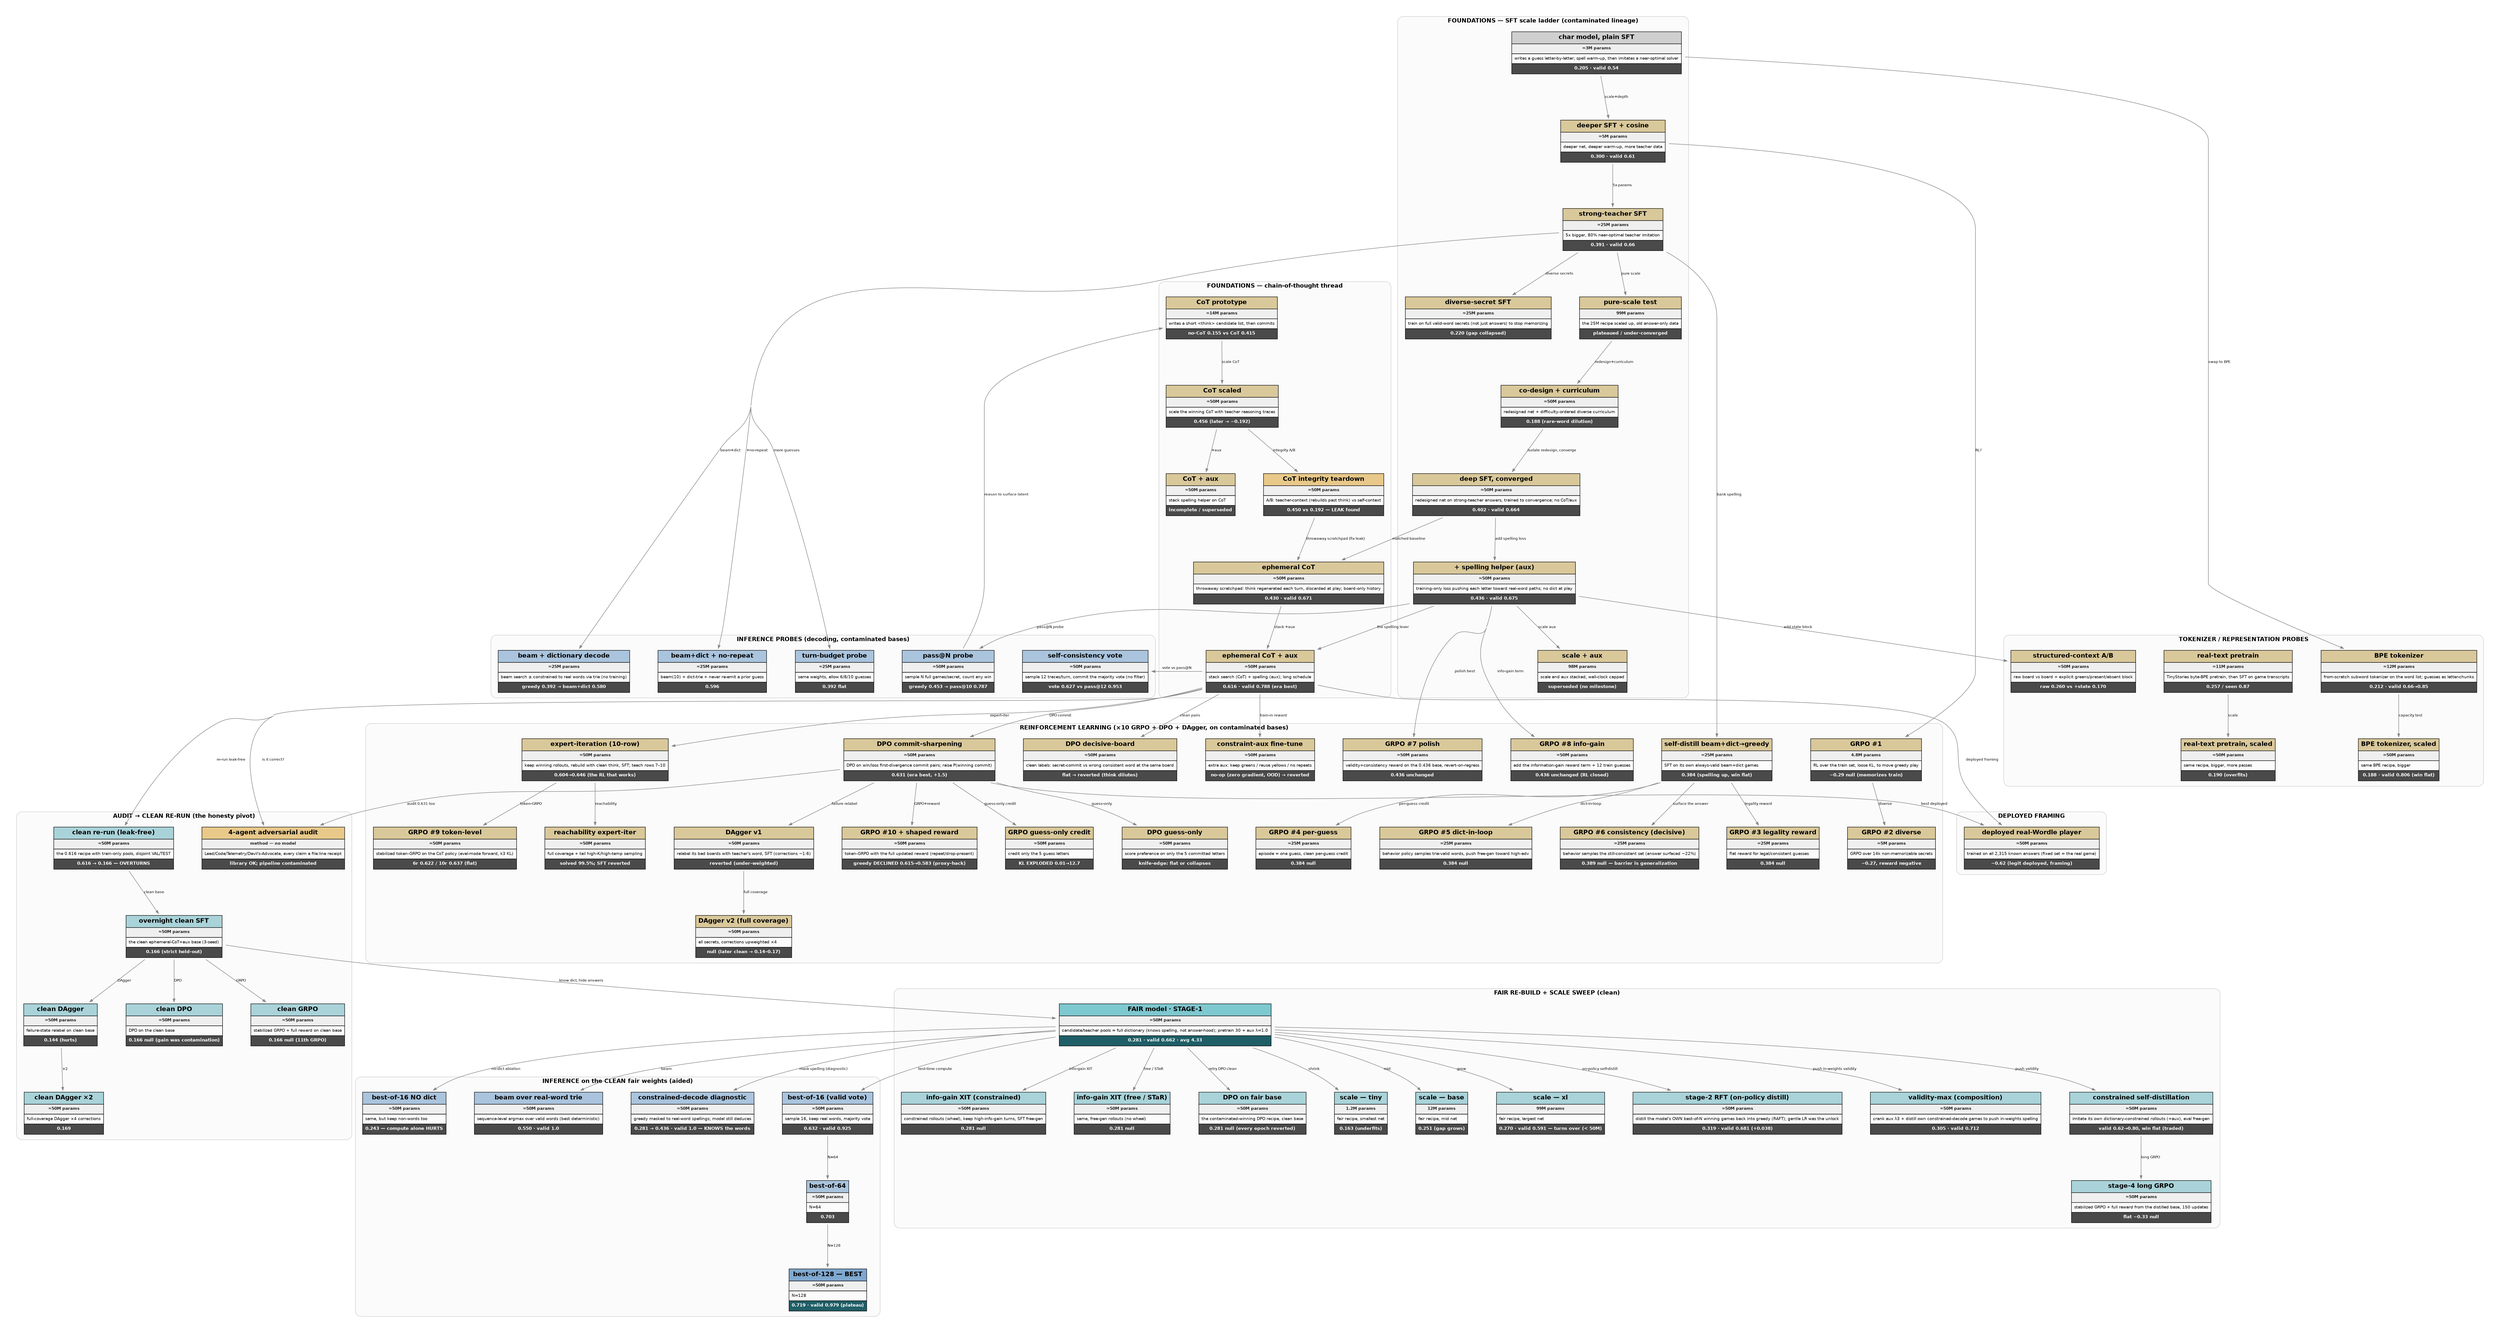
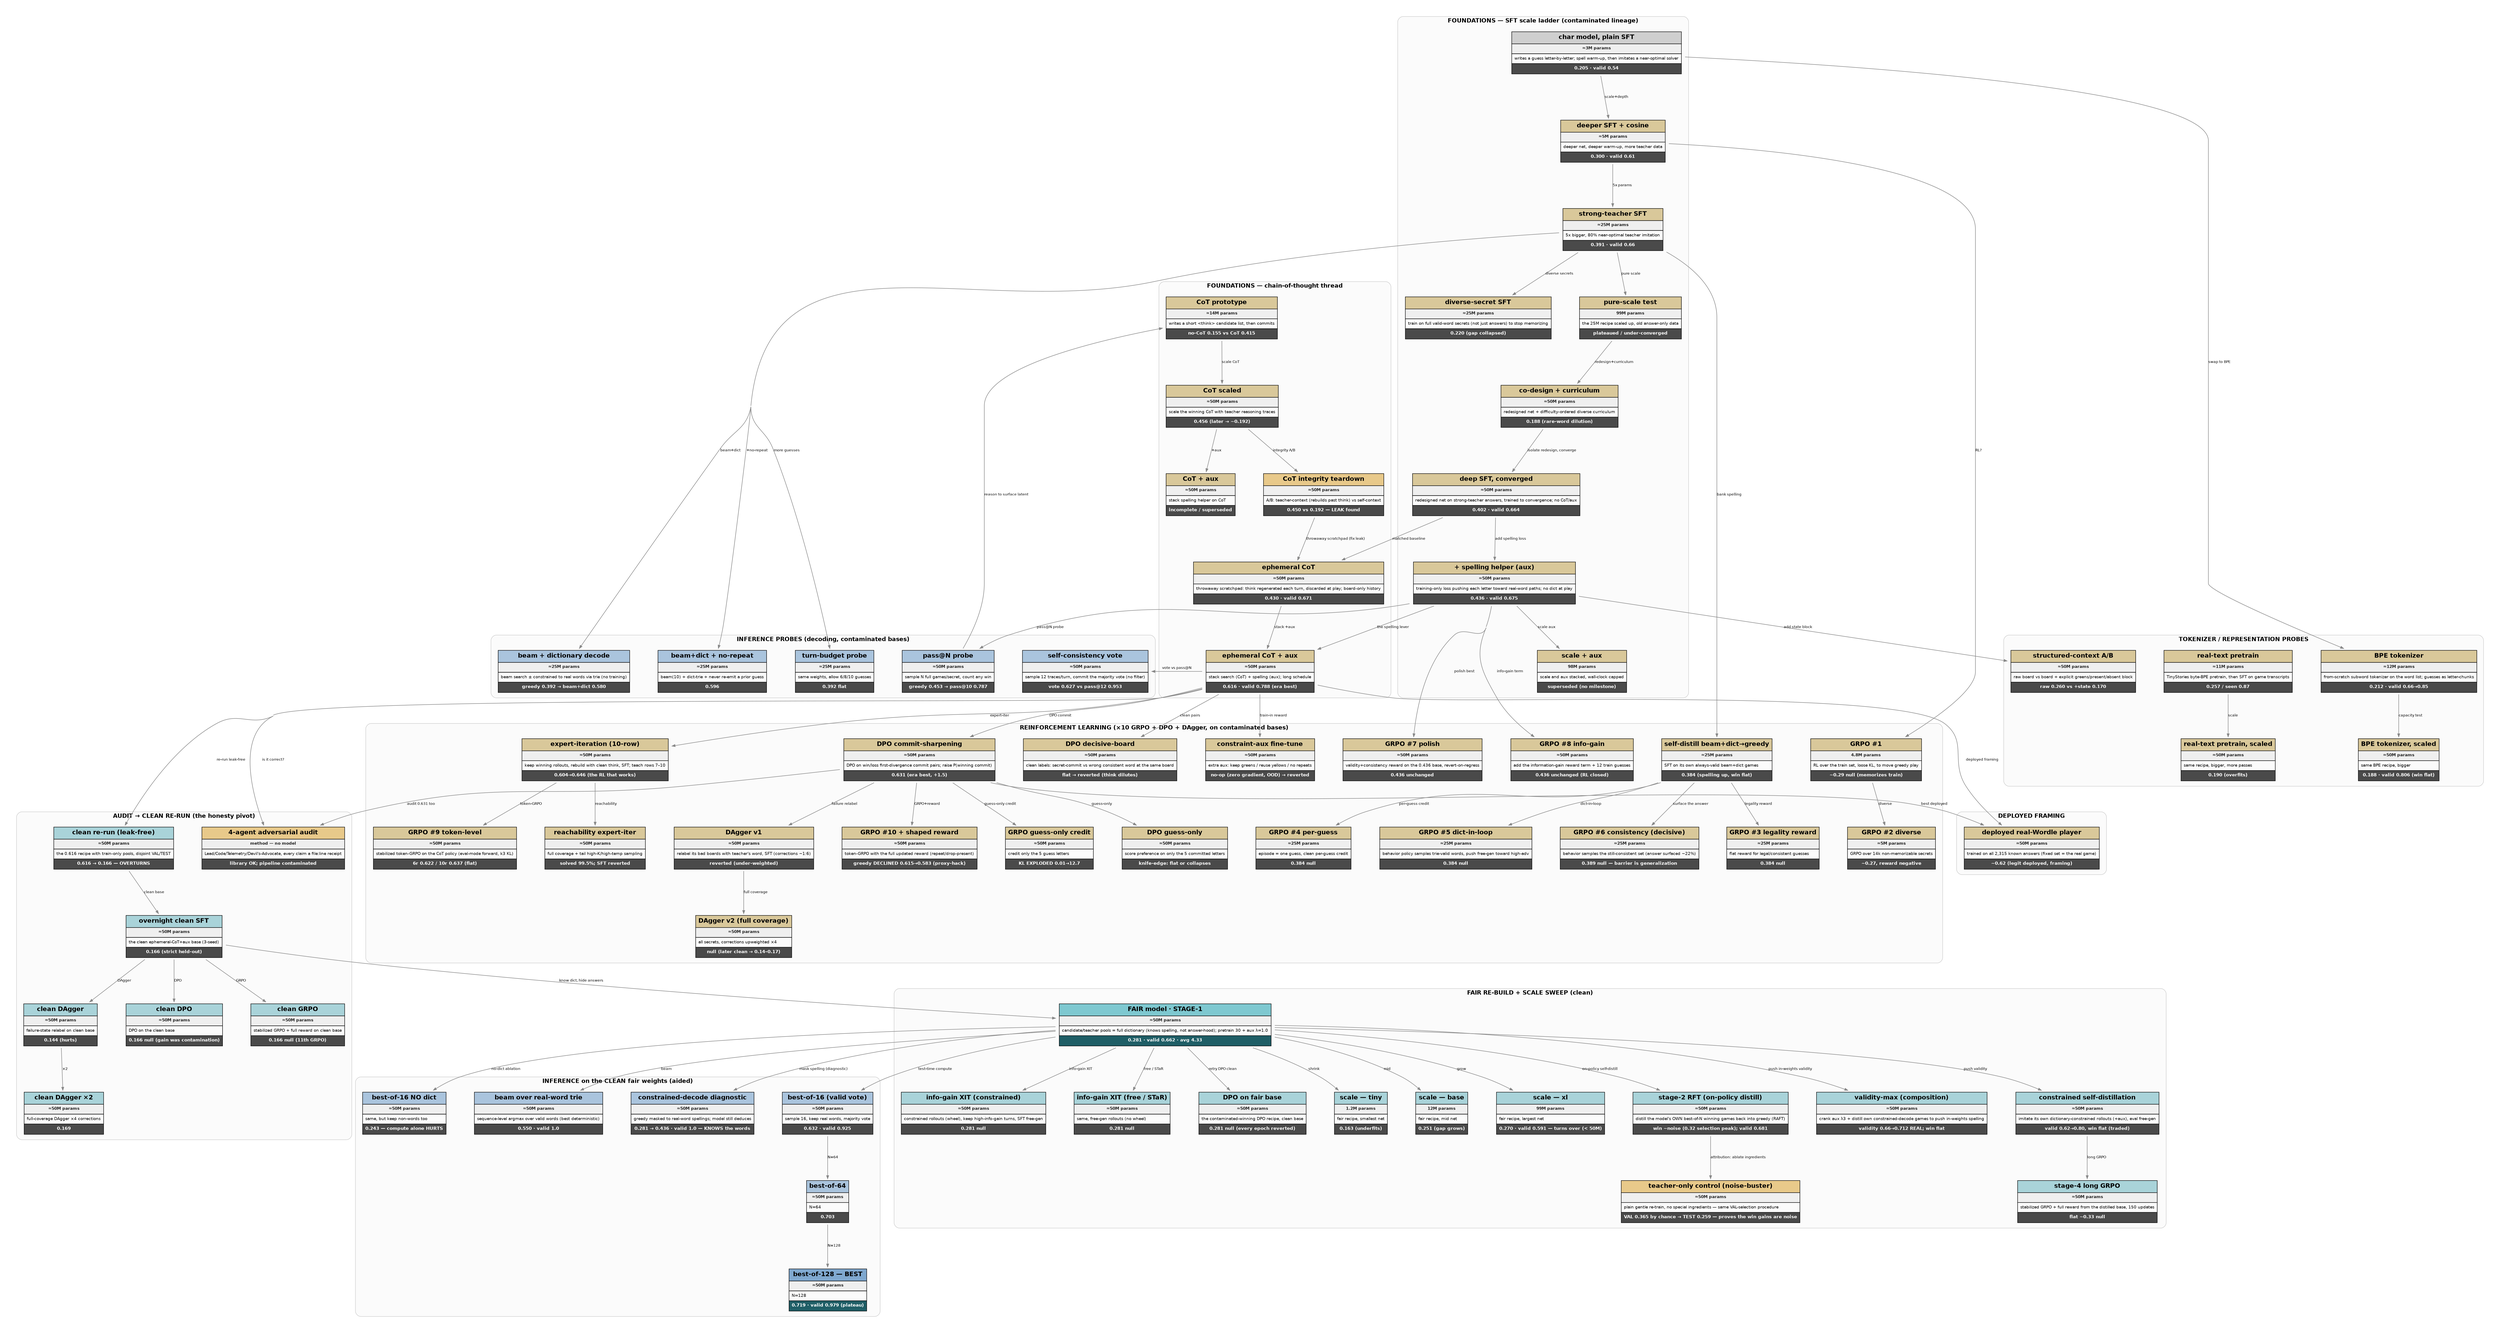
digraph experiments {
  rankdir=TB; bgcolor="white";
  graph [fontname="Helvetica", ranksep=1.2, nodesep=0.65, fontsize=13, concentrate=true, splines=spline, pad=0.4];
  node [shape=plaintext, fontname="Helvetica"];
  edge [fontname="Helvetica", fontsize=8, color="#888888", penwidth=1.1, arrowsize=0.7];
  subgraph cluster_found { label=<<B>FOUNDATIONS — SFT scale ladder (contaminated lineage)</B>>; fontsize=13; color="#cccccc"; style="rounded"; bgcolor="#fbfbfb";
    sft_3m [label=<<TABLE BORDER="0" CELLBORDER="1" CELLSPACING="0" CELLPADDING="5"><TR><TD BGCOLOR="#cfcfcf"><B>char model, plain SFT</B></TD></TR><TR><TD BGCOLOR="#efefef"><FONT POINT-SIZE="9" COLOR="#222222"><B>≈3M params</B></FONT></TD></TR><TR><TD ALIGN="LEFT"><FONT POINT-SIZE="9">writes a guess letter-by-letter; spell warm-up, then imitates a near-optimal solver</FONT></TD></TR><TR><TD BGCOLOR="#4a4a4a"><FONT COLOR="white" POINT-SIZE="10"><B>0.205 · valid 0.54</B></FONT></TD></TR></TABLE>>];
    sft_5m [label=<<TABLE BORDER="0" CELLBORDER="1" CELLSPACING="0" CELLPADDING="5"><TR><TD BGCOLOR="#d9c89a"><B>deeper SFT + cosine</B></TD></TR><TR><TD BGCOLOR="#efefef"><FONT POINT-SIZE="9" COLOR="#222222"><B>≈5M params</B></FONT></TD></TR><TR><TD ALIGN="LEFT"><FONT POINT-SIZE="9">deeper net, deeper warm-up, more teacher data</FONT></TD></TR><TR><TD BGCOLOR="#4a4a4a"><FONT COLOR="white" POINT-SIZE="10"><B>0.300 · valid 0.61</B></FONT></TD></TR></TABLE>>];
    sft_25m [label=<<TABLE BORDER="0" CELLBORDER="1" CELLSPACING="0" CELLPADDING="5"><TR><TD BGCOLOR="#d9c89a"><B>strong-teacher SFT</B></TD></TR><TR><TD BGCOLOR="#efefef"><FONT POINT-SIZE="9" COLOR="#222222"><B>≈25M params</B></FONT></TD></TR><TR><TD ALIGN="LEFT"><FONT POINT-SIZE="9">5x bigger, 80% near-optimal teacher imitation</FONT></TD></TR><TR><TD BGCOLOR="#4a4a4a"><FONT COLOR="white" POINT-SIZE="10"><B>0.391 · valid 0.66</B></FONT></TD></TR></TABLE>>];
    sft_25m_div [label=<<TABLE BORDER="0" CELLBORDER="1" CELLSPACING="0" CELLPADDING="5"><TR><TD BGCOLOR="#d9c89a"><B>diverse-secret SFT</B></TD></TR><TR><TD BGCOLOR="#efefef"><FONT POINT-SIZE="9" COLOR="#222222"><B>≈25M params</B></FONT></TD></TR><TR><TD ALIGN="LEFT"><FONT POINT-SIZE="9">train on full valid-word secrets (not just answers) to stop memorizing</FONT></TD></TR><TR><TD BGCOLOR="#4a4a4a"><FONT COLOR="white" POINT-SIZE="10"><B>0.220 (gap collapsed)</B></FONT></TD></TR></TABLE>>];
    scale_99m [label=<<TABLE BORDER="0" CELLBORDER="1" CELLSPACING="0" CELLPADDING="5"><TR><TD BGCOLOR="#d9c89a"><B>pure-scale test</B></TD></TR><TR><TD BGCOLOR="#efefef"><FONT POINT-SIZE="9" COLOR="#222222"><B>99M params</B></FONT></TD></TR><TR><TD ALIGN="LEFT"><FONT POINT-SIZE="9">the 25M recipe scaled up, old answer-only data</FONT></TD></TR><TR><TD BGCOLOR="#4a4a4a"><FONT COLOR="white" POINT-SIZE="10"><B>plateaued / under-converged</B></FONT></TD></TR></TABLE>>];
    codesign_50m [label=<<TABLE BORDER="0" CELLBORDER="1" CELLSPACING="0" CELLPADDING="5"><TR><TD BGCOLOR="#d9c89a"><B>co-design + curriculum</B></TD></TR><TR><TD BGCOLOR="#efefef"><FONT POINT-SIZE="9" COLOR="#222222"><B>≈50M params</B></FONT></TD></TR><TR><TD ALIGN="LEFT"><FONT POINT-SIZE="9">redesigned net + difficulty-ordered diverse curriculum</FONT></TD></TR><TR><TD BGCOLOR="#4a4a4a"><FONT COLOR="white" POINT-SIZE="10"><B>0.188 (rare-word dilution)</B></FONT></TD></TR></TABLE>>];
    sft_deep [label=<<TABLE BORDER="0" CELLBORDER="1" CELLSPACING="0" CELLPADDING="5"><TR><TD BGCOLOR="#d9c89a"><B>deep SFT, converged</B></TD></TR><TR><TD BGCOLOR="#efefef"><FONT POINT-SIZE="9" COLOR="#222222"><B>≈50M params</B></FONT></TD></TR><TR><TD ALIGN="LEFT"><FONT POINT-SIZE="9">redesigned net on strong-teacher answers, trained to convergence; no CoT/aux</FONT></TD></TR><TR><TD BGCOLOR="#4a4a4a"><FONT COLOR="white" POINT-SIZE="10"><B>0.402 · valid 0.664</B></FONT></TD></TR></TABLE>>];
    sft_aux [label=<<TABLE BORDER="0" CELLBORDER="1" CELLSPACING="0" CELLPADDING="5"><TR><TD BGCOLOR="#d9c89a"><B>+ spelling helper (aux)</B></TD></TR><TR><TD BGCOLOR="#efefef"><FONT POINT-SIZE="9" COLOR="#222222"><B>≈50M params</B></FONT></TD></TR><TR><TD ALIGN="LEFT"><FONT POINT-SIZE="9">training-only loss pushing each letter toward real-word paths; no dict at play</FONT></TD></TR><TR><TD BGCOLOR="#4a4a4a"><FONT COLOR="white" POINT-SIZE="10"><B>0.436 · valid 0.675</B></FONT></TD></TR></TABLE>>];
    sft_aux_xl [label=<<TABLE BORDER="0" CELLBORDER="1" CELLSPACING="0" CELLPADDING="5"><TR><TD BGCOLOR="#d9c89a"><B>scale + aux</B></TD></TR><TR><TD BGCOLOR="#efefef"><FONT POINT-SIZE="9" COLOR="#222222"><B>98M params</B></FONT></TD></TR><TR><TD ALIGN="LEFT"><FONT POINT-SIZE="9">scale and aux stacked, wall-clock capped</FONT></TD></TR><TR><TD BGCOLOR="#4a4a4a"><FONT COLOR="white" POINT-SIZE="10"><B>superseded (no milestone)</B></FONT></TD></TR></TABLE>>];
  }
  subgraph cluster_cot { label=<<B>FOUNDATIONS — chain-of-thought thread</B>>; fontsize=13; color="#cccccc"; style="rounded"; bgcolor="#fbfbfb";
    cot_14m [label=<<TABLE BORDER="0" CELLBORDER="1" CELLSPACING="0" CELLPADDING="5"><TR><TD BGCOLOR="#d9c89a"><B>CoT prototype</B></TD></TR><TR><TD BGCOLOR="#efefef"><FONT POINT-SIZE="9" COLOR="#222222"><B>≈14M params</B></FONT></TD></TR><TR><TD ALIGN="LEFT"><FONT POINT-SIZE="9">writes a short &lt;think&gt; candidate list, then commits</FONT></TD></TR><TR><TD BGCOLOR="#4a4a4a"><FONT COLOR="white" POINT-SIZE="10"><B>no-CoT 0.155 vs CoT 0.415</B></FONT></TD></TR></TABLE>>];
    cot_50m [label=<<TABLE BORDER="0" CELLBORDER="1" CELLSPACING="0" CELLPADDING="5"><TR><TD BGCOLOR="#d9c89a"><B>CoT scaled</B></TD></TR><TR><TD BGCOLOR="#efefef"><FONT POINT-SIZE="9" COLOR="#222222"><B>≈50M params</B></FONT></TD></TR><TR><TD ALIGN="LEFT"><FONT POINT-SIZE="9">scale the winning CoT with teacher reasoning traces</FONT></TD></TR><TR><TD BGCOLOR="#4a4a4a"><FONT COLOR="white" POINT-SIZE="10"><B>0.456 (later → ~0.192)</B></FONT></TD></TR></TABLE>>];
    cot_50m_aux [label=<<TABLE BORDER="0" CELLBORDER="1" CELLSPACING="0" CELLPADDING="5"><TR><TD BGCOLOR="#d9c89a"><B>CoT + aux</B></TD></TR><TR><TD BGCOLOR="#efefef"><FONT POINT-SIZE="9" COLOR="#222222"><B>≈50M params</B></FONT></TD></TR><TR><TD ALIGN="LEFT"><FONT POINT-SIZE="9">stack spelling helper on CoT</FONT></TD></TR><TR><TD BGCOLOR="#4a4a4a"><FONT COLOR="white" POINT-SIZE="10"><B>incomplete / superseded</B></FONT></TD></TR></TABLE>>];
    cot_show [label=<<TABLE BORDER="0" CELLBORDER="1" CELLSPACING="0" CELLPADDING="5"><TR><TD BGCOLOR="#e8c98a"><B>CoT integrity teardown</B></TD></TR><TR><TD BGCOLOR="#efefef"><FONT POINT-SIZE="9" COLOR="#222222"><B>≈50M params</B></FONT></TD></TR><TR><TD ALIGN="LEFT"><FONT POINT-SIZE="9">A/B: teacher-context (rebuilds past think) vs self-context</FONT></TD></TR><TR><TD BGCOLOR="#4a4a4a"><FONT COLOR="white" POINT-SIZE="10"><B>0.450 vs 0.192 — LEAK found</B></FONT></TD></TR></TABLE>>];
    cot_eph [label=<<TABLE BORDER="0" CELLBORDER="1" CELLSPACING="0" CELLPADDING="5"><TR><TD BGCOLOR="#d9c89a"><B>ephemeral CoT</B></TD></TR><TR><TD BGCOLOR="#efefef"><FONT POINT-SIZE="9" COLOR="#222222"><B>≈50M params</B></FONT></TD></TR><TR><TD ALIGN="LEFT"><FONT POINT-SIZE="9">throwaway scratchpad: think regenerated each turn, discarded at play; board-only history</FONT></TD></TR><TR><TD BGCOLOR="#4a4a4a"><FONT COLOR="white" POINT-SIZE="10"><B>0.430 · valid 0.671</B></FONT></TD></TR></TABLE>>];
    cot_eph_aux [label=<<TABLE BORDER="0" CELLBORDER="1" CELLSPACING="0" CELLPADDING="5"><TR><TD BGCOLOR="#d9c89a"><B>ephemeral CoT + aux</B></TD></TR><TR><TD BGCOLOR="#efefef"><FONT POINT-SIZE="9" COLOR="#222222"><B>≈50M params</B></FONT></TD></TR><TR><TD ALIGN="LEFT"><FONT POINT-SIZE="9">stack search (CoT) + spelling (aux); long schedule</FONT></TD></TR><TR><TD BGCOLOR="#4a4a4a"><FONT COLOR="white" POINT-SIZE="10"><B>0.616 · valid 0.788 (era best)</B></FONT></TD></TR></TABLE>>];
  }
  subgraph cluster_val { label=<<B>TOKENIZER / REPRESENTATION PROBES</B>>; fontsize=13; color="#cccccc"; style="rounded"; bgcolor="#fbfbfb";
    bpe_12m [label=<<TABLE BORDER="0" CELLBORDER="1" CELLSPACING="0" CELLPADDING="5"><TR><TD BGCOLOR="#d9c89a"><B>BPE tokenizer</B></TD></TR><TR><TD BGCOLOR="#efefef"><FONT POINT-SIZE="9" COLOR="#222222"><B>≈12M params</B></FONT></TD></TR><TR><TD ALIGN="LEFT"><FONT POINT-SIZE="9">from-scratch subword tokenizer on the word list; guesses as letter-chunks</FONT></TD></TR><TR><TD BGCOLOR="#4a4a4a"><FONT COLOR="white" POINT-SIZE="10"><B>0.212 · valid 0.66→0.85</B></FONT></TD></TR></TABLE>>];
    bpe_50m [label=<<TABLE BORDER="0" CELLBORDER="1" CELLSPACING="0" CELLPADDING="5"><TR><TD BGCOLOR="#d9c89a"><B>BPE tokenizer, scaled</B></TD></TR><TR><TD BGCOLOR="#efefef"><FONT POINT-SIZE="9" COLOR="#222222"><B>≈50M params</B></FONT></TD></TR><TR><TD ALIGN="LEFT"><FONT POINT-SIZE="9">same BPE recipe, bigger</FONT></TD></TR><TR><TD BGCOLOR="#4a4a4a"><FONT COLOR="white" POINT-SIZE="10"><B>0.188 · valid 0.806 (win flat)</B></FONT></TD></TR></TABLE>>];
    oreo_11m [label=<<TABLE BORDER="0" CELLBORDER="1" CELLSPACING="0" CELLPADDING="5"><TR><TD BGCOLOR="#d9c89a"><B>real-text pretrain</B></TD></TR><TR><TD BGCOLOR="#efefef"><FONT POINT-SIZE="9" COLOR="#222222"><B>≈11M params</B></FONT></TD></TR><TR><TD ALIGN="LEFT"><FONT POINT-SIZE="9">TinyStories byte-BPE pretrain, then SFT on game transcripts</FONT></TD></TR><TR><TD BGCOLOR="#4a4a4a"><FONT COLOR="white" POINT-SIZE="10"><B>0.257 / seen 0.87</B></FONT></TD></TR></TABLE>>];
    oreo_50m [label=<<TABLE BORDER="0" CELLBORDER="1" CELLSPACING="0" CELLPADDING="5"><TR><TD BGCOLOR="#d9c89a"><B>real-text pretrain, scaled</B></TD></TR><TR><TD BGCOLOR="#efefef"><FONT POINT-SIZE="9" COLOR="#222222"><B>≈50M params</B></FONT></TD></TR><TR><TD ALIGN="LEFT"><FONT POINT-SIZE="9">same recipe, bigger, more passes</FONT></TD></TR><TR><TD BGCOLOR="#4a4a4a"><FONT COLOR="white" POINT-SIZE="10"><B>0.190 (overfits)</B></FONT></TD></TR></TABLE>>];
    structured_ctx [label=<<TABLE BORDER="0" CELLBORDER="1" CELLSPACING="0" CELLPADDING="5"><TR><TD BGCOLOR="#d9c89a"><B>structured-context A/B</B></TD></TR><TR><TD BGCOLOR="#efefef"><FONT POINT-SIZE="9" COLOR="#222222"><B>≈50M params</B></FONT></TD></TR><TR><TD ALIGN="LEFT"><FONT POINT-SIZE="9">raw board vs board + explicit greens/present/absent block</FONT></TD></TR><TR><TD BGCOLOR="#4a4a4a"><FONT COLOR="white" POINT-SIZE="10"><B>raw 0.260 vs +state 0.170</B></FONT></TD></TR></TABLE>>];
  }
  subgraph cluster_rl { label=<<B>REINFORCEMENT LEARNING (×10 GRPO + DPO + DAgger, on contaminated bases)</B>>; fontsize=13; color="#cccccc"; style="rounded"; bgcolor="#fbfbfb";
    grpo_5m [label=<<TABLE BORDER="0" CELLBORDER="1" CELLSPACING="0" CELLPADDING="5"><TR><TD BGCOLOR="#d9c89a"><B>GRPO #1</B></TD></TR><TR><TD BGCOLOR="#efefef"><FONT POINT-SIZE="9" COLOR="#222222"><B>4.8M params</B></FONT></TD></TR><TR><TD ALIGN="LEFT"><FONT POINT-SIZE="9">RL over the train set, loose KL, to move greedy play</FONT></TD></TR><TR><TD BGCOLOR="#4a4a4a"><FONT COLOR="white" POINT-SIZE="10"><B>~0.29 null (memorizes train)</B></FONT></TD></TR></TABLE>>];
    grpo_5m_div [label=<<TABLE BORDER="0" CELLBORDER="1" CELLSPACING="0" CELLPADDING="5"><TR><TD BGCOLOR="#d9c89a"><B>GRPO #2 diverse</B></TD></TR><TR><TD BGCOLOR="#efefef"><FONT POINT-SIZE="9" COLOR="#222222"><B>≈5M params</B></FONT></TD></TR><TR><TD ALIGN="LEFT"><FONT POINT-SIZE="9">GRPO over 14k non-memorizable secrets</FONT></TD></TR><TR><TD BGCOLOR="#4a4a4a"><FONT COLOR="white" POINT-SIZE="10"><B>~0.27, reward negative</B></FONT></TD></TR></TABLE>>];
    self_distill_25m [label=<<TABLE BORDER="0" CELLBORDER="1" CELLSPACING="0" CELLPADDING="5"><TR><TD BGCOLOR="#d9c89a"><B>self-distill beam+dict→greedy</B></TD></TR><TR><TD BGCOLOR="#efefef"><FONT POINT-SIZE="9" COLOR="#222222"><B>≈25M params</B></FONT></TD></TR><TR><TD ALIGN="LEFT"><FONT POINT-SIZE="9">SFT on its own always-valid beam+dict games</FONT></TD></TR><TR><TD BGCOLOR="#4a4a4a"><FONT COLOR="white" POINT-SIZE="10"><B>0.384 (spelling up, win flat)</B></FONT></TD></TR></TABLE>>];
    rl_consistency [label=<<TABLE BORDER="0" CELLBORDER="1" CELLSPACING="0" CELLPADDING="5"><TR><TD BGCOLOR="#d9c89a"><B>GRPO #3 legality reward</B></TD></TR><TR><TD BGCOLOR="#efefef"><FONT POINT-SIZE="9" COLOR="#222222"><B>≈25M params</B></FONT></TD></TR><TR><TD ALIGN="LEFT"><FONT POINT-SIZE="9">flat reward for legal/consistent guesses</FONT></TD></TR><TR><TD BGCOLOR="#4a4a4a"><FONT COLOR="white" POINT-SIZE="10"><B>0.384 null</B></FONT></TD></TR></TABLE>>];
    rl_perguess [label=<<TABLE BORDER="0" CELLBORDER="1" CELLSPACING="0" CELLPADDING="5"><TR><TD BGCOLOR="#d9c89a"><B>GRPO #4 per-guess</B></TD></TR><TR><TD BGCOLOR="#efefef"><FONT POINT-SIZE="9" COLOR="#222222"><B>≈25M params</B></FONT></TD></TR><TR><TD ALIGN="LEFT"><FONT POINT-SIZE="9">episode = one guess, clean per-guess credit</FONT></TD></TR><TR><TD BGCOLOR="#4a4a4a"><FONT COLOR="white" POINT-SIZE="10"><B>0.384 null</B></FONT></TD></TR></TABLE>>];
    rl_dict [label=<<TABLE BORDER="0" CELLBORDER="1" CELLSPACING="0" CELLPADDING="5"><TR><TD BGCOLOR="#d9c89a"><B>GRPO #5 dict-in-loop</B></TD></TR><TR><TD BGCOLOR="#efefef"><FONT POINT-SIZE="9" COLOR="#222222"><B>≈25M params</B></FONT></TD></TR><TR><TD ALIGN="LEFT"><FONT POINT-SIZE="9">behavior policy samples trie-valid words, push free-gen toward high-adv</FONT></TD></TR><TR><TD BGCOLOR="#4a4a4a"><FONT COLOR="white" POINT-SIZE="10"><B>0.384 null</B></FONT></TD></TR></TABLE>>];
    rl_constrained [label=<<TABLE BORDER="0" CELLBORDER="1" CELLSPACING="0" CELLPADDING="5"><TR><TD BGCOLOR="#d9c89a"><B>GRPO #6 consistency (decisive)</B></TD></TR><TR><TD BGCOLOR="#efefef"><FONT POINT-SIZE="9" COLOR="#222222"><B>≈25M params</B></FONT></TD></TR><TR><TD ALIGN="LEFT"><FONT POINT-SIZE="9">behavior samples the still-consistent set (answer surfaced ~22%)</FONT></TD></TR><TR><TD BGCOLOR="#4a4a4a"><FONT COLOR="white" POINT-SIZE="10"><B>0.389 null — barrier is generalization</B></FONT></TD></TR></TABLE>>];
    rl_polish [label=<<TABLE BORDER="0" CELLBORDER="1" CELLSPACING="0" CELLPADDING="5"><TR><TD BGCOLOR="#d9c89a"><B>GRPO #7 polish</B></TD></TR><TR><TD BGCOLOR="#efefef"><FONT POINT-SIZE="9" COLOR="#222222"><B>≈50M params</B></FONT></TD></TR><TR><TD ALIGN="LEFT"><FONT POINT-SIZE="9">validity+consistency reward on the 0.436 base, revert-on-regress</FONT></TD></TR><TR><TD BGCOLOR="#4a4a4a"><FONT COLOR="white" POINT-SIZE="10"><B>0.436 unchanged</B></FONT></TD></TR></TABLE>>];
    rl_infogain [label=<<TABLE BORDER="0" CELLBORDER="1" CELLSPACING="0" CELLPADDING="5"><TR><TD BGCOLOR="#d9c89a"><B>GRPO #8 info-gain</B></TD></TR><TR><TD BGCOLOR="#efefef"><FONT POINT-SIZE="9" COLOR="#222222"><B>≈50M params</B></FONT></TD></TR><TR><TD ALIGN="LEFT"><FONT POINT-SIZE="9">add the information-gain reward term + 12 train guesses</FONT></TD></TR><TR><TD BGCOLOR="#4a4a4a"><FONT COLOR="white" POINT-SIZE="10"><B>0.436 unchanged (RL closed)</B></FONT></TD></TR></TABLE>>];
    rl_expert_10row [label=<<TABLE BORDER="0" CELLBORDER="1" CELLSPACING="0" CELLPADDING="5"><TR><TD BGCOLOR="#d9c89a"><B>expert-iteration (10-row)</B></TD></TR><TR><TD BGCOLOR="#efefef"><FONT POINT-SIZE="9" COLOR="#222222"><B>≈50M params</B></FONT></TD></TR><TR><TD ALIGN="LEFT"><FONT POINT-SIZE="9">keep winning rollouts, rebuild with clean think, SFT; teach rows 7–10</FONT></TD></TR><TR><TD BGCOLOR="#4a4a4a"><FONT COLOR="white" POINT-SIZE="10"><B>0.604→0.646 (the RL that works)</B></FONT></TD></TR></TABLE>>];
    rl_expert_tail [label=<<TABLE BORDER="0" CELLBORDER="1" CELLSPACING="0" CELLPADDING="5"><TR><TD BGCOLOR="#d9c89a"><B>reachability expert-iter</B></TD></TR><TR><TD BGCOLOR="#efefef"><FONT POINT-SIZE="9" COLOR="#222222"><B>≈50M params</B></FONT></TD></TR><TR><TD ALIGN="LEFT"><FONT POINT-SIZE="9">full coverage + tail high-K/high-temp sampling</FONT></TD></TR><TR><TD BGCOLOR="#4a4a4a"><FONT COLOR="white" POINT-SIZE="10"><B>solved 99.5%; SFT reverted</B></FONT></TD></TR></TABLE>>];
    rl_grpo_polish [label=<<TABLE BORDER="0" CELLBORDER="1" CELLSPACING="0" CELLPADDING="5"><TR><TD BGCOLOR="#d9c89a"><B>GRPO #9 token-level</B></TD></TR><TR><TD BGCOLOR="#efefef"><FONT POINT-SIZE="9" COLOR="#222222"><B>≈50M params</B></FONT></TD></TR><TR><TD ALIGN="LEFT"><FONT POINT-SIZE="9">stabilized token-GRPO on the CoT policy (eval-mode forward, k3 KL)</FONT></TD></TR><TR><TD BGCOLOR="#4a4a4a"><FONT COLOR="white" POINT-SIZE="10"><B>6r 0.622 / 10r 0.637 (flat)</B></FONT></TD></TR></TABLE>>];
    dpo_commit [label=<<TABLE BORDER="0" CELLBORDER="1" CELLSPACING="0" CELLPADDING="5"><TR><TD BGCOLOR="#d9c89a"><B>DPO commit-sharpening</B></TD></TR><TR><TD BGCOLOR="#efefef"><FONT POINT-SIZE="9" COLOR="#222222"><B>≈50M params</B></FONT></TD></TR><TR><TD ALIGN="LEFT"><FONT POINT-SIZE="9">DPO on win/loss first-divergence commit pairs; raise P(winning commit)</FONT></TD></TR><TR><TD BGCOLOR="#4a4a4a"><FONT COLOR="white" POINT-SIZE="10"><B>0.631 (era best, +1.5)</B></FONT></TD></TR></TABLE>>];
    dpo_decisive [label=<<TABLE BORDER="0" CELLBORDER="1" CELLSPACING="0" CELLPADDING="5"><TR><TD BGCOLOR="#d9c89a"><B>DPO decisive-board</B></TD></TR><TR><TD BGCOLOR="#efefef"><FONT POINT-SIZE="9" COLOR="#222222"><B>≈50M params</B></FONT></TD></TR><TR><TD ALIGN="LEFT"><FONT POINT-SIZE="9">clean labels: secret-commit vs wrong consistent word at the same board</FONT></TD></TR><TR><TD BGCOLOR="#4a4a4a"><FONT COLOR="white" POINT-SIZE="10"><B>flat → reverted (think dilutes)</B></FONT></TD></TR></TABLE>>];
    dpo_guessonly [label=<<TABLE BORDER="0" CELLBORDER="1" CELLSPACING="0" CELLPADDING="5"><TR><TD BGCOLOR="#d9c89a"><B>DPO guess-only</B></TD></TR><TR><TD BGCOLOR="#efefef"><FONT POINT-SIZE="9" COLOR="#222222"><B>≈50M params</B></FONT></TD></TR><TR><TD ALIGN="LEFT"><FONT POINT-SIZE="9">score preference on only the 5 committed letters</FONT></TD></TR><TR><TD BGCOLOR="#4a4a4a"><FONT COLOR="white" POINT-SIZE="10"><B>knife-edge: flat or collapses</B></FONT></TD></TR></TABLE>>];
    constraint_aux [label=<<TABLE BORDER="0" CELLBORDER="1" CELLSPACING="0" CELLPADDING="5"><TR><TD BGCOLOR="#d9c89a"><B>constraint-aux fine-tune</B></TD></TR><TR><TD BGCOLOR="#efefef"><FONT POINT-SIZE="9" COLOR="#222222"><B>≈50M params</B></FONT></TD></TR><TR><TD ALIGN="LEFT"><FONT POINT-SIZE="9">extra aux: keep greens / reuse yellows / no repeats</FONT></TD></TR><TR><TD BGCOLOR="#4a4a4a"><FONT COLOR="white" POINT-SIZE="10"><B>no-op (zero gradient, OOD) → reverted</B></FONT></TD></TR></TABLE>>];
    dagger_v1 [label=<<TABLE BORDER="0" CELLBORDER="1" CELLSPACING="0" CELLPADDING="5"><TR><TD BGCOLOR="#d9c89a"><B>DAgger v1</B></TD></TR><TR><TD BGCOLOR="#efefef"><FONT POINT-SIZE="9" COLOR="#222222"><B>≈50M params</B></FONT></TD></TR><TR><TD ALIGN="LEFT"><FONT POINT-SIZE="9">relabel its bad boards with teacher's word, SFT (corrections ~1:6)</FONT></TD></TR><TR><TD BGCOLOR="#4a4a4a"><FONT COLOR="white" POINT-SIZE="10"><B>reverted (under-weighted)</B></FONT></TD></TR></TABLE>>];
    rl_grpo_reward [label=<<TABLE BORDER="0" CELLBORDER="1" CELLSPACING="0" CELLPADDING="5"><TR><TD BGCOLOR="#d9c89a"><B>GRPO #10 + shaped reward</B></TD></TR><TR><TD BGCOLOR="#efefef"><FONT POINT-SIZE="9" COLOR="#222222"><B>≈50M params</B></FONT></TD></TR><TR><TD ALIGN="LEFT"><FONT POINT-SIZE="9">token-GRPO with the full updated reward (repeat/drop-present)</FONT></TD></TR><TR><TD BGCOLOR="#4a4a4a"><FONT COLOR="white" POINT-SIZE="10"><B>greedy DECLINED 0.615→0.583 (proxy-hack)</B></FONT></TD></TR></TABLE>>];
    rl_grpo_guessonly [label=<<TABLE BORDER="0" CELLBORDER="1" CELLSPACING="0" CELLPADDING="5"><TR><TD BGCOLOR="#d9c89a"><B>GRPO guess-only credit</B></TD></TR><TR><TD BGCOLOR="#efefef"><FONT POINT-SIZE="9" COLOR="#222222"><B>≈50M params</B></FONT></TD></TR><TR><TD ALIGN="LEFT"><FONT POINT-SIZE="9">credit only the 5 guess letters</FONT></TD></TR><TR><TD BGCOLOR="#4a4a4a"><FONT COLOR="white" POINT-SIZE="10"><B>KL EXPLODED 0.01→12.7</B></FONT></TD></TR></TABLE>>];
    dagger_v2 [label=<<TABLE BORDER="0" CELLBORDER="1" CELLSPACING="0" CELLPADDING="5"><TR><TD BGCOLOR="#d9c89a"><B>DAgger v2 (full coverage)</B></TD></TR><TR><TD BGCOLOR="#efefef"><FONT POINT-SIZE="9" COLOR="#222222"><B>≈50M params</B></FONT></TD></TR><TR><TD ALIGN="LEFT"><FONT POINT-SIZE="9">all secrets, corrections upweighted ×4</FONT></TD></TR><TR><TD BGCOLOR="#4a4a4a"><FONT COLOR="white" POINT-SIZE="10"><B>null (later clean → 0.14–0.17)</B></FONT></TD></TR></TABLE>>];
  }
  subgraph cluster_audit { label=<<B>AUDIT → CLEAN RE-RUN (the honesty pivot)</B>>; fontsize=13; color="#cccccc"; style="rounded"; bgcolor="#fbfbfb";
    audit [label=<<TABLE BORDER="0" CELLBORDER="1" CELLSPACING="0" CELLPADDING="5"><TR><TD BGCOLOR="#e8c98a"><B>4-agent adversarial audit</B></TD></TR><TR><TD BGCOLOR="#efefef"><FONT POINT-SIZE="9" COLOR="#222222"><B>method — no model</B></FONT></TD></TR><TR><TD ALIGN="LEFT"><FONT POINT-SIZE="9">Lead/Code/Telemetry/Devil's-Advocate, every claim a file:line receipt</FONT></TD></TR><TR><TD BGCOLOR="#4a4a4a"><FONT COLOR="white" POINT-SIZE="10"><B>library OK; pipeline contaminated</B></FONT></TD></TR></TABLE>>];
    clean_rerun [label=<<TABLE BORDER="0" CELLBORDER="1" CELLSPACING="0" CELLPADDING="5"><TR><TD BGCOLOR="#a9d3d9"><B>clean re-run (leak-free)</B></TD></TR><TR><TD BGCOLOR="#efefef"><FONT POINT-SIZE="9" COLOR="#222222"><B>≈50M params</B></FONT></TD></TR><TR><TD ALIGN="LEFT"><FONT POINT-SIZE="9">the 0.616 recipe with train-only pools, disjoint VAL/TEST</FONT></TD></TR><TR><TD BGCOLOR="#4a4a4a"><FONT COLOR="white" POINT-SIZE="10"><B>0.616 → 0.166 — OVERTURNS</B></FONT></TD></TR></TABLE>>];
    overnight_clean_sft [label=<<TABLE BORDER="0" CELLBORDER="1" CELLSPACING="0" CELLPADDING="5"><TR><TD BGCOLOR="#a9d3d9"><B>overnight clean SFT</B></TD></TR><TR><TD BGCOLOR="#efefef"><FONT POINT-SIZE="9" COLOR="#222222"><B>≈50M params</B></FONT></TD></TR><TR><TD ALIGN="LEFT"><FONT POINT-SIZE="9">the clean ephemeral-CoT+aux base (3-seed)</FONT></TD></TR><TR><TD BGCOLOR="#4a4a4a"><FONT COLOR="white" POINT-SIZE="10"><B>0.166 (strict held-out)</B></FONT></TD></TR></TABLE>>];
    overnight_clean_dpo [label=<<TABLE BORDER="0" CELLBORDER="1" CELLSPACING="0" CELLPADDING="5"><TR><TD BGCOLOR="#a9d3d9"><B>clean DPO</B></TD></TR><TR><TD BGCOLOR="#efefef"><FONT POINT-SIZE="9" COLOR="#222222"><B>≈50M params</B></FONT></TD></TR><TR><TD ALIGN="LEFT"><FONT POINT-SIZE="9">DPO on the clean base</FONT></TD></TR><TR><TD BGCOLOR="#4a4a4a"><FONT COLOR="white" POINT-SIZE="10"><B>0.166 null (gain was contamination)</B></FONT></TD></TR></TABLE>>];
    overnight_clean_grpo [label=<<TABLE BORDER="0" CELLBORDER="1" CELLSPACING="0" CELLPADDING="5"><TR><TD BGCOLOR="#a9d3d9"><B>clean GRPO</B></TD></TR><TR><TD BGCOLOR="#efefef"><FONT POINT-SIZE="9" COLOR="#222222"><B>≈50M params</B></FONT></TD></TR><TR><TD ALIGN="LEFT"><FONT POINT-SIZE="9">stabilized GRPO + full reward on clean base</FONT></TD></TR><TR><TD BGCOLOR="#4a4a4a"><FONT COLOR="white" POINT-SIZE="10"><B>0.166 null (11th GRPO)</B></FONT></TD></TR></TABLE>>];
    overnight_clean_dagger [label=<<TABLE BORDER="0" CELLBORDER="1" CELLSPACING="0" CELLPADDING="5"><TR><TD BGCOLOR="#a9d3d9"><B>clean DAgger</B></TD></TR><TR><TD BGCOLOR="#efefef"><FONT POINT-SIZE="9" COLOR="#222222"><B>≈50M params</B></FONT></TD></TR><TR><TD ALIGN="LEFT"><FONT POINT-SIZE="9">failure-state relabel on clean base</FONT></TD></TR><TR><TD BGCOLOR="#4a4a4a"><FONT COLOR="white" POINT-SIZE="10"><B>0.144 (hurts)</B></FONT></TD></TR></TABLE>>];
    overnight_clean_dagger2 [label=<<TABLE BORDER="0" CELLBORDER="1" CELLSPACING="0" CELLPADDING="5"><TR><TD BGCOLOR="#a9d3d9"><B>clean DAgger ×2</B></TD></TR><TR><TD BGCOLOR="#efefef"><FONT POINT-SIZE="9" COLOR="#222222"><B>≈50M params</B></FONT></TD></TR><TR><TD ALIGN="LEFT"><FONT POINT-SIZE="9">full-coverage DAgger ×4 corrections</FONT></TD></TR><TR><TD BGCOLOR="#4a4a4a"><FONT COLOR="white" POINT-SIZE="10"><B>0.169</B></FONT></TD></TR></TABLE>>];
  }
  subgraph cluster_scale { label=<<B>FAIR RE-BUILD + SCALE SWEEP (clean)</B>>; fontsize=13; color="#cccccc"; style="rounded"; bgcolor="#fbfbfb";
    fair_stage1 [label=<<TABLE BORDER="0" CELLBORDER="1" CELLSPACING="0" CELLPADDING="5"><TR><TD BGCOLOR="#7ec8d0"><B>FAIR model · STAGE-1</B></TD></TR><TR><TD BGCOLOR="#efefef"><FONT POINT-SIZE="9" COLOR="#222222"><B>≈50M params</B></FONT></TD></TR><TR><TD ALIGN="LEFT"><FONT POINT-SIZE="9">candidate/teacher pools = full dictionary (knows spelling, not answer-hood); pretrain 30 + aux λ=1.0</FONT></TD></TR><TR><TD BGCOLOR="#1f5e66"><FONT COLOR="white" POINT-SIZE="10"><B>0.281 · valid 0.662 · avg 4.33</B></FONT></TD></TR></TABLE>>];
    distill_constrained [label=<<TABLE BORDER="0" CELLBORDER="1" CELLSPACING="0" CELLPADDING="5"><TR><TD BGCOLOR="#a9d3d9"><B>constrained self-distillation</B></TD></TR><TR><TD BGCOLOR="#efefef"><FONT POINT-SIZE="9" COLOR="#222222"><B>≈50M params</B></FONT></TD></TR><TR><TD ALIGN="LEFT"><FONT POINT-SIZE="9">imitate its own dictionary-constrained rollouts (+aux), eval free-gen</FONT></TD></TR><TR><TD BGCOLOR="#4a4a4a"><FONT COLOR="white" POINT-SIZE="10"><B>valid 0.62→0.80, win flat (traded)</B></FONT></TD></TR></TABLE>>];
    infogain_xit_c [label=<<TABLE BORDER="0" CELLBORDER="1" CELLSPACING="0" CELLPADDING="5"><TR><TD BGCOLOR="#a9d3d9"><B>info-gain XIT (constrained)</B></TD></TR><TR><TD BGCOLOR="#efefef"><FONT POINT-SIZE="9" COLOR="#222222"><B>≈50M params</B></FONT></TD></TR><TR><TD ALIGN="LEFT"><FONT POINT-SIZE="9">constrained rollouts (wheel), keep high-info-gain turns, SFT free-gen</FONT></TD></TR><TR><TD BGCOLOR="#4a4a4a"><FONT COLOR="white" POINT-SIZE="10"><B>0.281 null</B></FONT></TD></TR></TABLE>>];
    infogain_xit_f [label=<<TABLE BORDER="0" CELLBORDER="1" CELLSPACING="0" CELLPADDING="5"><TR><TD BGCOLOR="#a9d3d9"><B>info-gain XIT (free / STaR)</B></TD></TR><TR><TD BGCOLOR="#efefef"><FONT POINT-SIZE="9" COLOR="#222222"><B>≈50M params</B></FONT></TD></TR><TR><TD ALIGN="LEFT"><FONT POINT-SIZE="9">same, free-gen rollouts (no wheel)</FONT></TD></TR><TR><TD BGCOLOR="#4a4a4a"><FONT COLOR="white" POINT-SIZE="10"><B>0.281 null</B></FONT></TD></TR></TABLE>>];
    dpo_fair [label=<<TABLE BORDER="0" CELLBORDER="1" CELLSPACING="0" CELLPADDING="5"><TR><TD BGCOLOR="#a9d3d9"><B>DPO on fair base</B></TD></TR><TR><TD BGCOLOR="#efefef"><FONT POINT-SIZE="9" COLOR="#222222"><B>≈50M params</B></FONT></TD></TR><TR><TD ALIGN="LEFT"><FONT POINT-SIZE="9">the contaminated-winning DPO recipe, clean base</FONT></TD></TR><TR><TD BGCOLOR="#4a4a4a"><FONT COLOR="white" POINT-SIZE="10"><B>0.281 null (every epoch reverted)</B></FONT></TD></TR></TABLE>>];
    grpo_full_fair [label=<<TABLE BORDER="0" CELLBORDER="1" CELLSPACING="0" CELLPADDING="5"><TR><TD BGCOLOR="#a9d3d9"><B>stage-4 long GRPO</B></TD></TR><TR><TD BGCOLOR="#efefef"><FONT POINT-SIZE="9" COLOR="#222222"><B>≈50M params</B></FONT></TD></TR><TR><TD ALIGN="LEFT"><FONT POINT-SIZE="9">stabilized GRPO + full reward from the distilled base, 150 updates</FONT></TD></TR><TR><TD BGCOLOR="#4a4a4a"><FONT COLOR="white" POINT-SIZE="10"><B>flat ~0.33 null</B></FONT></TD></TR></TABLE>>];
    scale_tiny [label=<<TABLE BORDER="0" CELLBORDER="1" CELLSPACING="0" CELLPADDING="5"><TR><TD BGCOLOR="#a9d3d9"><B>scale — tiny</B></TD></TR><TR><TD BGCOLOR="#efefef"><FONT POINT-SIZE="9" COLOR="#222222"><B>1.2M params</B></FONT></TD></TR><TR><TD ALIGN="LEFT"><FONT POINT-SIZE="9">fair recipe, smallest net</FONT></TD></TR><TR><TD BGCOLOR="#4a4a4a"><FONT COLOR="white" POINT-SIZE="10"><B>0.163 (underfits)</B></FONT></TD></TR></TABLE>>];
    scale_base [label=<<TABLE BORDER="0" CELLBORDER="1" CELLSPACING="0" CELLPADDING="5"><TR><TD BGCOLOR="#a9d3d9"><B>scale — base</B></TD></TR><TR><TD BGCOLOR="#efefef"><FONT POINT-SIZE="9" COLOR="#222222"><B>12M params</B></FONT></TD></TR><TR><TD ALIGN="LEFT"><FONT POINT-SIZE="9">fair recipe, mid net</FONT></TD></TR><TR><TD BGCOLOR="#4a4a4a"><FONT COLOR="white" POINT-SIZE="10"><B>0.251 (gap grows)</B></FONT></TD></TR></TABLE>>];
    scale_xl [label=<<TABLE BORDER="0" CELLBORDER="1" CELLSPACING="0" CELLPADDING="5"><TR><TD BGCOLOR="#a9d3d9"><B>scale — xl</B></TD></TR><TR><TD BGCOLOR="#efefef"><FONT POINT-SIZE="9" COLOR="#222222"><B>99M params</B></FONT></TD></TR><TR><TD ALIGN="LEFT"><FONT POINT-SIZE="9">fair recipe, largest net</FONT></TD></TR><TR><TD BGCOLOR="#4a4a4a"><FONT COLOR="white" POINT-SIZE="10"><B>0.270 · valid 0.591 — turns over (&lt; 50M)</B></FONT></TD></TR></TABLE>>];
-     rft_stage2 [label=<<TABLE BORDER="0" CELLBORDER="1" CELLSPACING="0" CELLPADDING="5"><TR><TD BGCOLOR="#a9d3d9"><B>stage-2 RFT (on-policy distill)</B></TD></TR><TR><TD BGCOLOR="#efefef"><FONT POINT-SIZE="9" COLOR="#222222"><B>≈50M params</B></FONT></TD></TR><TR><TD ALIGN="LEFT"><FONT POINT-SIZE="9">distill the model's OWN best-of-N winning games back into greedy (RAFT); gentle LR was the unlock</FONT></TD></TR><TR><TD BGCOLOR="#4a4a4a"><FONT COLOR="white" POINT-SIZE="10"><B>0.319 · valid 0.681 (+0.038)</B></FONT></TD></TR></TABLE>>];
-     validity_max [label=<<TABLE BORDER="0" CELLBORDER="1" CELLSPACING="0" CELLPADDING="5"><TR><TD BGCOLOR="#a9d3d9"><B>validity-max (composition)</B></TD></TR><TR><TD BGCOLOR="#efefef"><FONT POINT-SIZE="9" COLOR="#222222"><B>≈50M params</B></FONT></TD></TR><TR><TD ALIGN="LEFT"><FONT POINT-SIZE="9">crank aux λ3 + distill own constrained-decode games to push in-weights spelling</FONT></TD></TR><TR><TD BGCOLOR="#4a4a4a"><FONT COLOR="white" POINT-SIZE="10"><B>0.305 · valid 0.712</B></FONT></TD></TR></TABLE>>];
+     rft_stage2 [label=<<TABLE BORDER="0" CELLBORDER="1" CELLSPACING="0" CELLPADDING="5"><TR><TD BGCOLOR="#a9d3d9"><B>stage-2 RFT (on-policy distill)</B></TD></TR><TR><TD BGCOLOR="#efefef"><FONT POINT-SIZE="9" COLOR="#222222"><B>≈50M params</B></FONT></TD></TR><TR><TD ALIGN="LEFT"><FONT POINT-SIZE="9">distill the model's OWN best-of-N winning games back into greedy (RAFT)</FONT></TD></TR><TR><TD BGCOLOR="#4a4a4a"><FONT COLOR="white" POINT-SIZE="10"><B>win ~noise (0.32 selection peak); valid 0.681</B></FONT></TD></TR></TABLE>>];
+     validity_max [label=<<TABLE BORDER="0" CELLBORDER="1" CELLSPACING="0" CELLPADDING="5"><TR><TD BGCOLOR="#a9d3d9"><B>validity-max (composition)</B></TD></TR><TR><TD BGCOLOR="#efefef"><FONT POINT-SIZE="9" COLOR="#222222"><B>≈50M params</B></FONT></TD></TR><TR><TD ALIGN="LEFT"><FONT POINT-SIZE="9">crank aux λ3 + distill own constrained-decode games to push in-weights spelling</FONT></TD></TR><TR><TD BGCOLOR="#4a4a4a"><FONT COLOR="white" POINT-SIZE="10"><B>validity 0.66→0.712 REAL; win flat</B></FONT></TD></TR></TABLE>>];
+     control_teacher [label=<<TABLE BORDER="0" CELLBORDER="1" CELLSPACING="0" CELLPADDING="5"><TR><TD BGCOLOR="#e8c98a"><B>teacher-only control (noise-buster)</B></TD></TR><TR><TD BGCOLOR="#efefef"><FONT POINT-SIZE="9" COLOR="#222222"><B>≈50M params</B></FONT></TD></TR><TR><TD ALIGN="LEFT"><FONT POINT-SIZE="9">plain gentle re-train, no special ingredients — same VAL-selection procedure</FONT></TD></TR><TR><TD BGCOLOR="#4a4a4a"><FONT COLOR="white" POINT-SIZE="10"><B>VAL 0.365 by chance → TEST 0.259 — proves the win gains are noise</B></FONT></TD></TR></TABLE>>];
  }
  subgraph cluster_inf { label=<<B>INFERENCE PROBES (decoding, contaminated bases)</B>>; fontsize=13; color="#cccccc"; style="rounded"; bgcolor="#fbfbfb";
    beam_dict [label=<<TABLE BORDER="0" CELLBORDER="1" CELLSPACING="0" CELLPADDING="5"><TR><TD BGCOLOR="#aac4dd"><B>beam + dictionary decode</B></TD></TR><TR><TD BGCOLOR="#efefef"><FONT POINT-SIZE="9" COLOR="#222222"><B>≈25M params</B></FONT></TD></TR><TR><TD ALIGN="LEFT"><FONT POINT-SIZE="9">beam search ± constrained to real words via trie (no training)</FONT></TD></TR><TR><TD BGCOLOR="#4a4a4a"><FONT COLOR="white" POINT-SIZE="10"><B>greedy 0.392 → beam+dict 0.580</B></FONT></TD></TR></TABLE>>];
    norepeat_decode [label=<<TABLE BORDER="0" CELLBORDER="1" CELLSPACING="0" CELLPADDING="5"><TR><TD BGCOLOR="#aac4dd"><B>beam+dict + no-repeat</B></TD></TR><TR><TD BGCOLOR="#efefef"><FONT POINT-SIZE="9" COLOR="#222222"><B>≈25M params</B></FONT></TD></TR><TR><TD ALIGN="LEFT"><FONT POINT-SIZE="9">beam(10) + dict-trie + never re-emit a prior guess</FONT></TD></TR><TR><TD BGCOLOR="#4a4a4a"><FONT COLOR="white" POINT-SIZE="10"><B>0.596</B></FONT></TD></TR></TABLE>>];
    turn_budget [label=<<TABLE BORDER="0" CELLBORDER="1" CELLSPACING="0" CELLPADDING="5"><TR><TD BGCOLOR="#aac4dd"><B>turn-budget probe</B></TD></TR><TR><TD BGCOLOR="#efefef"><FONT POINT-SIZE="9" COLOR="#222222"><B>≈25M params</B></FONT></TD></TR><TR><TD ALIGN="LEFT"><FONT POINT-SIZE="9">same weights, allow 6/8/10 guesses</FONT></TD></TR><TR><TD BGCOLOR="#4a4a4a"><FONT COLOR="white" POINT-SIZE="10"><B>0.392 flat</B></FONT></TD></TR></TABLE>>];
    passk [label=<<TABLE BORDER="0" CELLBORDER="1" CELLSPACING="0" CELLPADDING="5"><TR><TD BGCOLOR="#aac4dd"><B>pass@N probe</B></TD></TR><TR><TD BGCOLOR="#efefef"><FONT POINT-SIZE="9" COLOR="#222222"><B>≈50M params</B></FONT></TD></TR><TR><TD ALIGN="LEFT"><FONT POINT-SIZE="9">sample N full games/secret, count any win</FONT></TD></TR><TR><TD BGCOLOR="#4a4a4a"><FONT COLOR="white" POINT-SIZE="10"><B>greedy 0.453 → pass@10 0.787</B></FONT></TD></TR></TABLE>>];
    self_consistency [label=<<TABLE BORDER="0" CELLBORDER="1" CELLSPACING="0" CELLPADDING="5"><TR><TD BGCOLOR="#aac4dd"><B>self-consistency vote</B></TD></TR><TR><TD BGCOLOR="#efefef"><FONT POINT-SIZE="9" COLOR="#222222"><B>≈50M params</B></FONT></TD></TR><TR><TD ALIGN="LEFT"><FONT POINT-SIZE="9">sample 12 traces/turn, commit the majority vote (no filter)</FONT></TD></TR><TR><TD BGCOLOR="#4a4a4a"><FONT COLOR="white" POINT-SIZE="10"><B>vote 0.627 vs pass@12 0.953</B></FONT></TD></TR></TABLE>>];
  }
  subgraph cluster_inf2 { label=<<B>INFERENCE on the CLEAN fair weights (aided)</B>>; fontsize=13; color="#cccccc"; style="rounded"; bgcolor="#fbfbfb";
    constrained_decode [label=<<TABLE BORDER="0" CELLBORDER="1" CELLSPACING="0" CELLPADDING="5"><TR><TD BGCOLOR="#aac4dd"><B>constrained-decode diagnostic</B></TD></TR><TR><TD BGCOLOR="#efefef"><FONT POINT-SIZE="9" COLOR="#222222"><B>≈50M params</B></FONT></TD></TR><TR><TD ALIGN="LEFT"><FONT POINT-SIZE="9">greedy masked to real-word spellings; model still deduces</FONT></TD></TR><TR><TD BGCOLOR="#4a4a4a"><FONT COLOR="white" POINT-SIZE="10"><B>0.281 → 0.436 · valid 1.0 — KNOWS the words</B></FONT></TD></TR></TABLE>>];
    bestof16 [label=<<TABLE BORDER="0" CELLBORDER="1" CELLSPACING="0" CELLPADDING="5"><TR><TD BGCOLOR="#aac4dd"><B>best-of-16 (valid vote)</B></TD></TR><TR><TD BGCOLOR="#efefef"><FONT POINT-SIZE="9" COLOR="#222222"><B>≈50M params</B></FONT></TD></TR><TR><TD ALIGN="LEFT"><FONT POINT-SIZE="9">sample 16, keep real words, majority vote</FONT></TD></TR><TR><TD BGCOLOR="#4a4a4a"><FONT COLOR="white" POINT-SIZE="10"><B>0.632 · valid 0.925</B></FONT></TD></TR></TABLE>>];
    bestof16_nodict [label=<<TABLE BORDER="0" CELLBORDER="1" CELLSPACING="0" CELLPADDING="5"><TR><TD BGCOLOR="#aac4dd"><B>best-of-16 NO dict</B></TD></TR><TR><TD BGCOLOR="#efefef"><FONT POINT-SIZE="9" COLOR="#222222"><B>≈50M params</B></FONT></TD></TR><TR><TD ALIGN="LEFT"><FONT POINT-SIZE="9">same, but keep non-words too</FONT></TD></TR><TR><TD BGCOLOR="#4a4a4a"><FONT COLOR="white" POINT-SIZE="10"><B>0.243 — compute alone HURTS</B></FONT></TD></TR></TABLE>>];
    bestof64 [label=<<TABLE BORDER="0" CELLBORDER="1" CELLSPACING="0" CELLPADDING="5"><TR><TD BGCOLOR="#aac4dd"><B>best-of-64</B></TD></TR><TR><TD BGCOLOR="#efefef"><FONT POINT-SIZE="9" COLOR="#222222"><B>≈50M params</B></FONT></TD></TR><TR><TD ALIGN="LEFT"><FONT POINT-SIZE="9">N=64</FONT></TD></TR><TR><TD BGCOLOR="#4a4a4a"><FONT COLOR="white" POINT-SIZE="10"><B>0.703</B></FONT></TD></TR></TABLE>>];
    bestof128 [label=<<TABLE BORDER="0" CELLBORDER="1" CELLSPACING="0" CELLPADDING="5"><TR><TD BGCOLOR="#7fa8cf"><B>best-of-128 — BEST</B></TD></TR><TR><TD BGCOLOR="#efefef"><FONT POINT-SIZE="9" COLOR="#222222"><B>≈50M params</B></FONT></TD></TR><TR><TD ALIGN="LEFT"><FONT POINT-SIZE="9">N=128</FONT></TD></TR><TR><TD BGCOLOR="#1f5e66"><FONT COLOR="white" POINT-SIZE="10"><B>0.719 · valid 0.979 (plateau)</B></FONT></TD></TR></TABLE>>];
    beam_trie [label=<<TABLE BORDER="0" CELLBORDER="1" CELLSPACING="0" CELLPADDING="5"><TR><TD BGCOLOR="#aac4dd"><B>beam over real-word trie</B></TD></TR><TR><TD BGCOLOR="#efefef"><FONT POINT-SIZE="9" COLOR="#222222"><B>≈50M params</B></FONT></TD></TR><TR><TD ALIGN="LEFT"><FONT POINT-SIZE="9">sequence-level argmax over valid words (best deterministic)</FONT></TD></TR><TR><TD BGCOLOR="#4a4a4a"><FONT COLOR="white" POINT-SIZE="10"><B>0.550 · valid 1.0</B></FONT></TD></TR></TABLE>>];
  }
  subgraph cluster_dep { label=<<B>DEPLOYED FRAMING</B>>; fontsize=13; color="#cccccc"; style="rounded"; bgcolor="#fbfbfb";
    deployed [label=<<TABLE BORDER="0" CELLBORDER="1" CELLSPACING="0" CELLPADDING="5"><TR><TD BGCOLOR="#d9c89a"><B>deployed real-Wordle player</B></TD></TR><TR><TD BGCOLOR="#efefef"><FONT POINT-SIZE="9" COLOR="#222222"><B>≈50M params</B></FONT></TD></TR><TR><TD ALIGN="LEFT"><FONT POINT-SIZE="9">trained on all 2,315 known answers (fixed set = the real game)</FONT></TD></TR><TR><TD BGCOLOR="#4a4a4a"><FONT COLOR="white" POINT-SIZE="10"><B>~0.62 (legit deployed, framing)</B></FONT></TD></TR></TABLE>>];
  }
  sft_3m -> sft_5m [label="scale+depth"];
  sft_5m -> sft_25m [label="5x params"];
  sft_25m -> sft_25m_div [label="diverse secrets"];
  sft_25m -> scale_99m [label="pure scale"];
  scale_99m -> codesign_50m [label="redesign+curriculum"];
  codesign_50m -> sft_deep [label="isolate redesign, converge"];
  sft_deep -> sft_aux [label="add spelling loss"];
  sft_aux -> sft_aux_xl [label="scale aux"];
  sft_3m -> bpe_12m [label="swap to BPE"];
  bpe_12m -> bpe_50m [label="capacity test"];
  oreo_11m -> oreo_50m [label="scale"];
  sft_aux -> structured_ctx [label="add state block"];
  sft_aux -> passk [label="pass@N probe"];
  sft_25m -> beam_dict [label="beam+dict"];
  sft_25m -> norepeat_decode [label="+no-repeat"];
  sft_25m -> turn_budget [label="more guesses"];
  passk -> cot_14m [label="reason to surface latent"];
  cot_14m -> cot_50m [label="scale CoT"];
  cot_50m -> cot_50m_aux [label="+aux"];
  cot_50m -> cot_show [label="integrity A/B"];
  cot_show -> cot_eph [label="throwaway scratchpad (fix leak)"];
  sft_deep -> cot_eph [label="matched baseline"];
  cot_eph -> cot_eph_aux [label="stack +aux"];
  sft_aux -> cot_eph_aux [label="the spelling lever"];
  sft_5m -> grpo_5m [label="RL?"];
  grpo_5m -> grpo_5m_div [label="diverse"];
  sft_25m -> self_distill_25m [label="bank spelling"];
  self_distill_25m -> rl_consistency [label="legality reward"];
  self_distill_25m -> rl_perguess [label="per-guess credit"];
  self_distill_25m -> rl_dict [label="dict-in-loop"];
  self_distill_25m -> rl_constrained [label="surface the answer"];
  sft_aux -> rl_polish [label="polish best"];
  sft_aux -> rl_infogain [label="info-gain term"];
  cot_eph_aux -> rl_expert_10row [label="expert-iter"];
  rl_expert_10row -> rl_expert_tail [label="reachability"];
  rl_expert_10row -> rl_grpo_polish [label="token-GRPO"];
  cot_eph_aux -> self_consistency [label="vote vs pass@N"];
  cot_eph_aux -> dpo_commit [label="DPO commit"];
  cot_eph_aux -> dpo_decisive [label="clean pairs"];
  dpo_commit -> dpo_guessonly [label="guess-only"];
  cot_eph_aux -> constraint_aux [label="train-in reward"];
  dpo_commit -> dagger_v1 [label="failure relabel"];
  dpo_commit -> rl_grpo_reward [label="GRPO+reward"];
  dpo_commit -> rl_grpo_guessonly [label="guess-only credit"];
  dagger_v1 -> dagger_v2 [label="full coverage"];
  cot_eph_aux -> audit [label="is it correct?"];
  dpo_commit -> audit [label="audit 0.631 too"];
  cot_eph_aux -> clean_rerun [label="re-run leak-free"];
  clean_rerun -> overnight_clean_sft [label="clean base"];
  overnight_clean_sft -> overnight_clean_dpo [label="DPO"];
  overnight_clean_sft -> overnight_clean_grpo [label="GRPO"];
  overnight_clean_sft -> overnight_clean_dagger [label="DAgger"];
  overnight_clean_dagger -> overnight_clean_dagger2 [label="×2"];
  overnight_clean_sft -> fair_stage1 [label="know dict, hide answers"];
  fair_stage1 -> distill_constrained [label="push validity"];
  fair_stage1 -> infogain_xit_c [label="info-gain XIT"];
  fair_stage1 -> infogain_xit_f [label="free / STaR"];
  fair_stage1 -> dpo_fair [label="retry DPO clean"];
  distill_constrained -> grpo_full_fair [label="long GRPO"];
  fair_stage1 -> scale_tiny [label="shrink"];
  fair_stage1 -> scale_base [label="mid"];
  fair_stage1 -> scale_xl [label="grow"];
  fair_stage1 -> rft_stage2 [label="on-policy self-distill"];
  fair_stage1 -> validity_max [label="push in-weights validity"];
+   rft_stage2 -> control_teacher [label="attribution: ablate ingredients"];
  fair_stage1 -> constrained_decode [label="mask spelling (diagnostic)"];
  fair_stage1 -> bestof16 [label="test-time compute"];
  fair_stage1 -> bestof16_nodict [label="no-dict ablation"];
  bestof16 -> bestof64 [label="N=64"];
  bestof64 -> bestof128 [label="N=128"];
  fair_stage1 -> beam_trie [label="beam"];
  cot_eph_aux -> deployed [label="deployed framing"];
  dpo_commit -> deployed [label="best deployed"];
}
